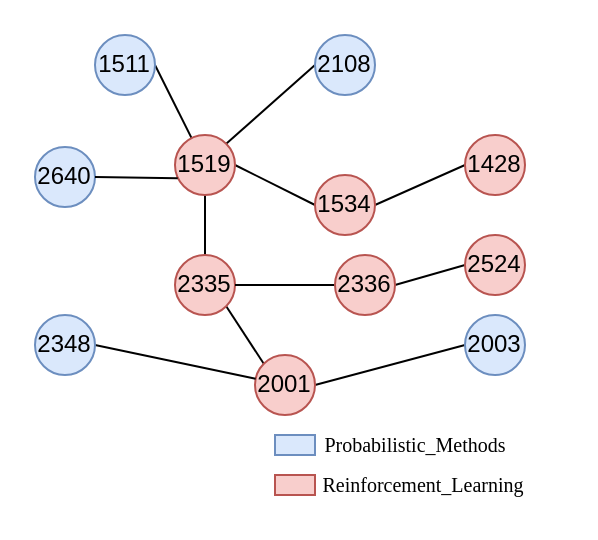
Before: 案例分析.drawio in zbyuser/-, a draw.io diagram. Source tidied: cells renumbered, new cells numbered last; positions are measured from the earlier drawing's top-left corner, leaving out a move shared by most shapes. Both pictures are drawn from the tidied source at 200%, with x=0, y=0 at pixel (34, 34).
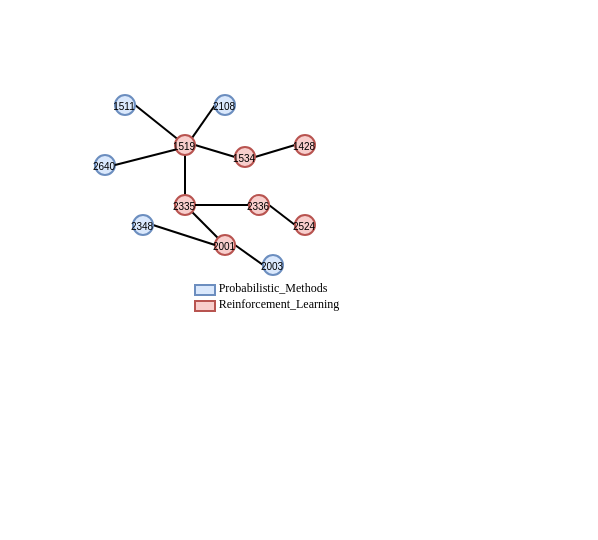
Above is the later version.

Commit message:
更新案例分析.drawio

The edit, as a diff of the source:
```diff
@@
-    <mxCell id="3" value="1511" style="ellipse;whiteSpace=wrap;html=1;fillColor=#dae8fc;strokeColor=#6c8ebf;" parent="1" vertex="1">
-      <mxGeometry x="30" width="30" height="30" as="geometry" />
+    <mxCell id="3" value="1511" style="ellipse;whiteSpace=wrap;html=1;fillColor=#dae8fc;strokeColor=#6c8ebf;fontSize=5;" parent="1" vertex="1">
+      <mxGeometry x="40" y="30" width="10" height="10" as="geometry" />
     </mxCell>
-    <mxCell id="4" value="2640" style="ellipse;whiteSpace=wrap;html=1;fillColor=#dae8fc;strokeColor=#6c8ebf;" parent="1" vertex="1">
-      <mxGeometry y="56" width="30" height="30" as="geometry" />
+    <mxCell id="4" value="2640" style="ellipse;whiteSpace=wrap;html=1;fillColor=#dae8fc;strokeColor=#6c8ebf;fontSize=5;" parent="1" vertex="1">
+      <mxGeometry x="30" y="60" width="10" height="10" as="geometry" />
     </mxCell>
@@
-    <mxCell id="6" value="2108" style="ellipse;whiteSpace=wrap;html=1;fillColor=#dae8fc;strokeColor=#6c8ebf;" parent="1" vertex="1">
-      <mxGeometry x="140" width="30" height="30" as="geometry" />
+    <mxCell id="6" value="2108" style="ellipse;whiteSpace=wrap;html=1;fillColor=#dae8fc;strokeColor=#6c8ebf;fontSize=5;" parent="1" vertex="1">
+      <mxGeometry x="90" y="30" width="10" height="10" as="geometry" />
     </mxCell>
@@
-    <mxCell id="9" value="1534" style="ellipse;whiteSpace=wrap;html=1;fillColor=#f8cecc;strokeColor=#b85450;" parent="1" vertex="1">
-      <mxGeometry x="140" y="70" width="30" height="30" as="geometry" />
+    <mxCell id="9" value="1534" style="ellipse;whiteSpace=wrap;html=1;fillColor=#f8cecc;strokeColor=#b85450;fontSize=5;" parent="1" vertex="1">
+      <mxGeometry x="100" y="56" width="10" height="10" as="geometry" />
     </mxCell>
@@
-    <mxCell id="11" value="1519" style="ellipse;whiteSpace=wrap;html=1;fillColor=#f8cecc;strokeColor=#b85450;" parent="1" vertex="1">
-      <mxGeometry x="70" y="50" width="30" height="30" as="geometry" />
+    <mxCell id="11" value="1519" style="ellipse;whiteSpace=wrap;html=1;fillColor=#f8cecc;strokeColor=#b85450;fontSize=5;" parent="1" vertex="1">
+      <mxGeometry x="70" y="50" width="10" height="10" as="geometry" />
     </mxCell>
@@
-    <mxCell id="13" value="2335" style="ellipse;whiteSpace=wrap;html=1;fillColor=#f8cecc;strokeColor=#b85450;" parent="1" vertex="1">
-      <mxGeometry x="70" y="110" width="30" height="30" as="geometry" />
+    <mxCell id="13" value="2335" style="ellipse;whiteSpace=wrap;html=1;fillColor=#f8cecc;strokeColor=#b85450;fontSize=5;" parent="1" vertex="1">
+      <mxGeometry x="70" y="80" width="10" height="10" as="geometry" />
     </mxCell>
-    <mxCell id="14" style="rounded=0;whiteSpace=wrap;html=1;fillColor=#dae8fc;strokeColor=#6c8ebf;" parent="1" vertex="1">
-      <mxGeometry x="120" y="200" width="20" height="10" as="geometry" />
+    <mxCell id="14" style="rounded=0;whiteSpace=wrap;html=1;fillColor=#dae8fc;strokeColor=#6c8ebf;fontSize=9;" parent="1" vertex="1">
+      <mxGeometry x="80" y="125" width="10" height="5" as="geometry" />
     </mxCell>
     <mxCell id="15" style="rounded=0;whiteSpace=wrap;html=1;fillColor=#f8cecc;strokeColor=#b85450;" parent="1" vertex="1">
-      <mxGeometry x="120" y="220" width="20" height="10" as="geometry" />
+      <mxGeometry x="80" y="133" width="10" height="5" as="geometry" />
     </mxCell>
-    <mxCell id="16" value="&lt;p style=&quot;line-height: 19px; white-space-collapse: preserve;&quot;&gt;&lt;span style=&quot;font-weight: normal;&quot; lang=&quot;EN-US&quot;&gt;&lt;font face=&quot;Times New Roman&quot; style=&quot;font-size: 10px;&quot;&gt;Probabilistic_Methods&lt;/font&gt;&lt;/span&gt;&lt;/p&gt;" style="text;strokeColor=none;fillColor=none;html=1;fontSize=9;fontStyle=1;verticalAlign=middle;align=center;strokeWidth=1;" parent="1" vertex="1">
-      <mxGeometry x="120" y="200" width="140" height="10" as="geometry" />
+    <mxCell id="16" value="&lt;p style=&quot;line-height: 19px; white-space-collapse: preserve;&quot;&gt;&lt;span lang=&quot;EN-US&quot; style=&quot;font-weight: normal;&quot;&gt;&lt;font face=&quot;Times New Roman&quot;&gt;Probabilistic_Methods&lt;/font&gt;&lt;/span&gt;&lt;/p&gt;" style="text;strokeColor=none;fillColor=none;html=1;fontSize=6;fontStyle=1;verticalAlign=middle;align=center;strokeWidth=1;" parent="1" vertex="1">
+      <mxGeometry x="49" y="121.5" width="140" height="10" as="geometry" />
     </mxCell>
-    <mxCell id="17" value="&lt;div style=&quot;line-height: 19px; white-space-collapse: preserve;&quot;&gt;&lt;span style=&quot;font-weight: normal;&quot; lang=&quot;EN-US&quot;&gt;&lt;font style=&quot;font-size: 10px;&quot; face=&quot;Times New Roman&quot;&gt;Reinforcement_Learning&lt;/font&gt;&lt;/span&gt;&lt;/div&gt;" style="text;strokeColor=none;fillColor=none;html=1;fontSize=9;fontStyle=1;verticalAlign=middle;align=center;strokeWidth=1;" parent="1" vertex="1">
-      <mxGeometry x="124" y="220" width="140" height="10" as="geometry" />
+    <mxCell id="17" value="&lt;div style=&quot;line-height: 19px; white-space-collapse: preserve;&quot;&gt;&lt;span lang=&quot;EN-US&quot; style=&quot;font-weight: normal;&quot;&gt;&lt;font face=&quot;Times New Roman&quot;&gt;Reinforcement_Learning&lt;/font&gt;&lt;/span&gt;&lt;/div&gt;" style="text;strokeColor=none;fillColor=none;html=1;fontSize=6;fontStyle=1;verticalAlign=middle;align=center;strokeWidth=1;" parent="1" vertex="1">
+      <mxGeometry x="52" y="130" width="140" height="10" as="geometry" />
     </mxCell>
@@
-    <mxCell id="19" value="2001" style="ellipse;whiteSpace=wrap;html=1;fillColor=#f8cecc;strokeColor=#b85450;" parent="1" vertex="1">
-      <mxGeometry x="110" y="160" width="30" height="30" as="geometry" />
+    <mxCell id="19" value="2001" style="ellipse;whiteSpace=wrap;html=1;fillColor=#f8cecc;strokeColor=#b85450;fontSize=5;" parent="1" vertex="1">
+      <mxGeometry x="90" y="100" width="10" height="10" as="geometry" />
     </mxCell>
-    <mxCell id="20" value="2003" style="ellipse;whiteSpace=wrap;html=1;fillColor=#dae8fc;strokeColor=#6c8ebf;" parent="1" vertex="1">
-      <mxGeometry x="215" y="140" width="30" height="30" as="geometry" />
+    <mxCell id="20" value="2003" style="ellipse;whiteSpace=wrap;html=1;fillColor=#dae8fc;strokeColor=#6c8ebf;fontSize=5;" parent="1" vertex="1">
+      <mxGeometry x="114" y="110" width="10" height="10" as="geometry" />
     </mxCell>
-    <mxCell id="21" style="edgeStyle=none;rounded=0;jettySize=auto;html=1;exitX=1;exitY=0.5;exitDx=0;exitDy=0;endArrow=none;startFill=0;" parent="1" edge="1" source="22" target="19">
+    <mxCell id="21" style="edgeStyle=none;rounded=0;jettySize=auto;html=1;exitX=1;exitY=0.5;exitDx=0;exitDy=0;endArrow=none;startFill=0;entryX=0;entryY=0.5;entryDx=0;entryDy=0;" parent="1" edge="1" source="22" target="19">
       <mxGeometry relative="1" as="geometry" />
     </mxCell>
-    <mxCell id="22" value="2348" style="ellipse;whiteSpace=wrap;html=1;fillColor=#dae8fc;strokeColor=#6c8ebf;" parent="1" vertex="1">
-      <mxGeometry y="140" width="30" height="30" as="geometry" />
+    <mxCell id="22" value="2348" style="ellipse;whiteSpace=wrap;html=1;fillColor=#dae8fc;strokeColor=#6c8ebf;fontSize=5;" parent="1" vertex="1">
+      <mxGeometry x="49" y="90" width="10" height="10" as="geometry" />
     </mxCell>
@@
-    <mxCell id="25" value="2336" style="ellipse;whiteSpace=wrap;html=1;fillColor=#f8cecc;strokeColor=#b85450;" parent="1" vertex="1">
-      <mxGeometry x="150" y="110" width="30" height="30" as="geometry" />
+    <mxCell id="25" value="2336" style="ellipse;whiteSpace=wrap;html=1;fillColor=#f8cecc;strokeColor=#b85450;fontSize=5;" parent="1" vertex="1">
+      <mxGeometry x="107" y="80" width="10" height="10" as="geometry" />
     </mxCell>
@@
-    <mxCell id="27" value="1428" style="ellipse;whiteSpace=wrap;html=1;fillColor=#f8cecc;strokeColor=#b85450;" parent="1" vertex="1">
-      <mxGeometry x="215" y="50" width="30" height="30" as="geometry" />
+    <mxCell id="27" value="1428" style="ellipse;whiteSpace=wrap;html=1;fillColor=#f8cecc;strokeColor=#b85450;fontSize=5;" parent="1" vertex="1">
+      <mxGeometry x="130" y="50" width="10" height="10" as="geometry" />
     </mxCell>
-    <mxCell id="28" value="2524" style="ellipse;whiteSpace=wrap;html=1;fillColor=#f8cecc;strokeColor=#b85450;" parent="1" vertex="1">
-      <mxGeometry x="215" y="100" width="30" height="30" as="geometry" />
+    <mxCell id="28" value="2524" style="ellipse;whiteSpace=wrap;html=1;fillColor=#f8cecc;strokeColor=#b85450;fontSize=5;" parent="1" vertex="1">
+      <mxGeometry x="130" y="90" width="10" height="10" as="geometry" />
     </mxCell>
```
